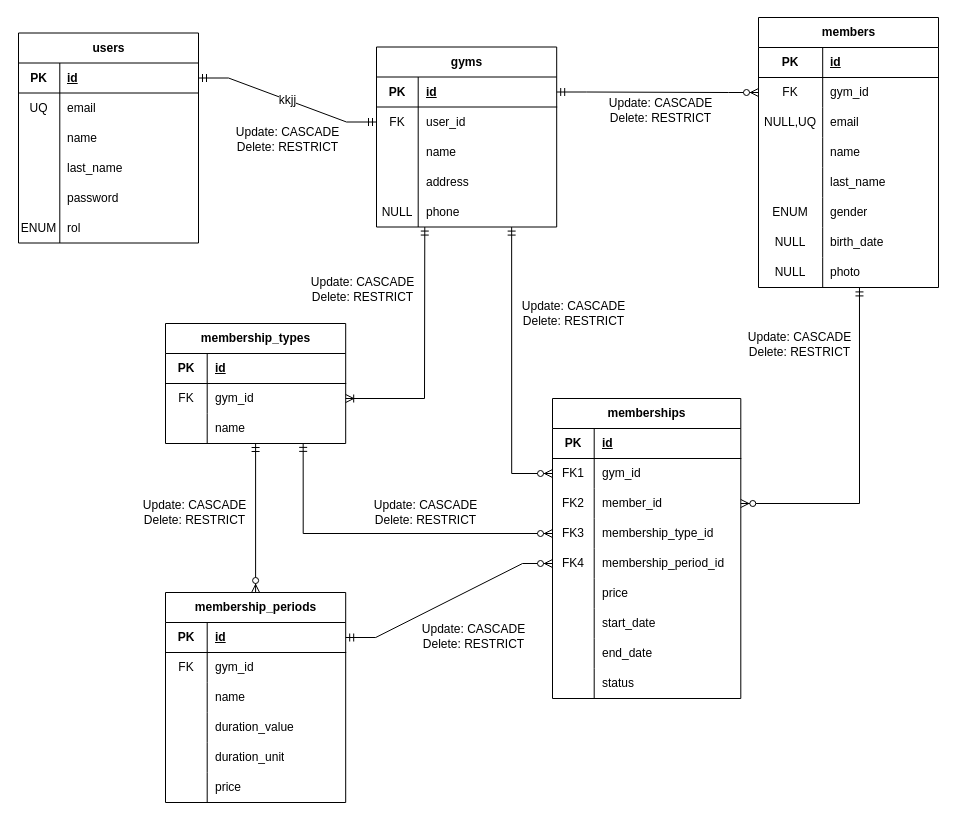
Before: docs/logical-design.drawio in hdz-kevin/Trainly, a draw.io diagram. Source tidied: cells renumbered, new cells numbered last; positions are measured from the earlier drawing's top-left corner, leaving out a move shared by most shapes. Both pictures are drawn from the tidied source at 100%, with x=0, y=0 at pixel (18, 17).
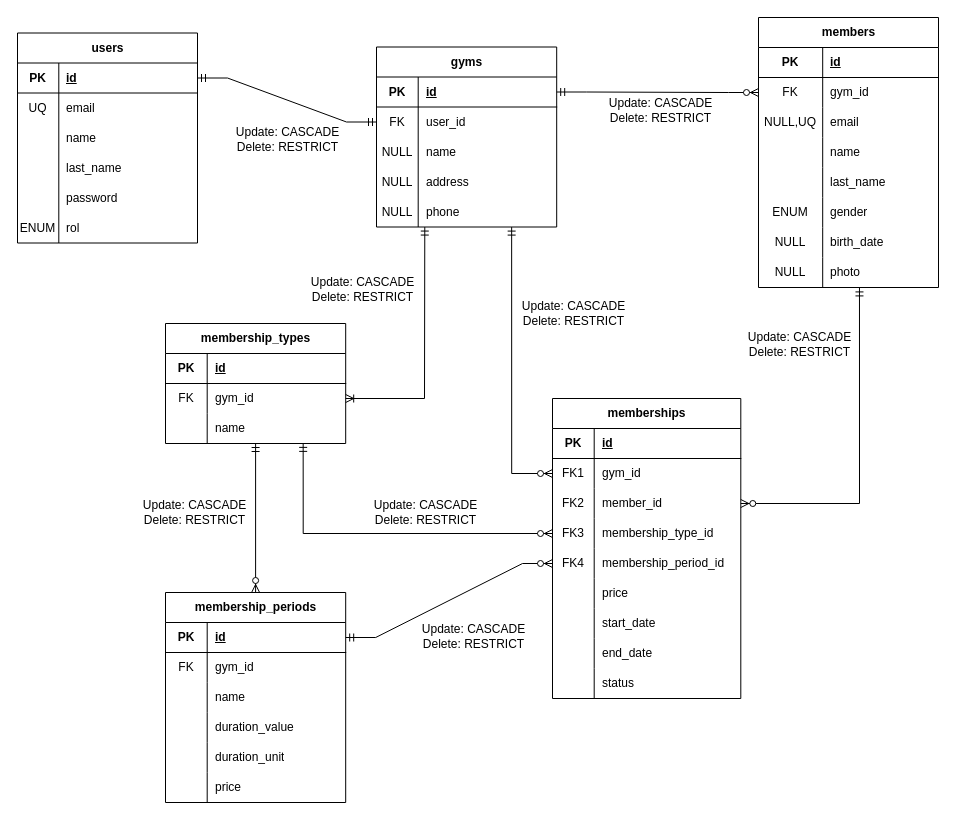
After the change.

The change refers to these unchanged cells:
```xml
<mxCell id="3" style="shape=tableRow;horizontal=0;startSize=0;swimlaneHead=0;swimlaneBody=0;fillColor=none;points=[[0,0.5],[1,0.5]];portConstraint=eastwest;top=0;left=0;right=0;bottom=1;" parent="2" vertex="1">
  <mxGeometry y="30" width="180" height="30" as="geometry" />
</mxCell>
<mxCell id="25" style="shape=tableRow;horizontal=0;startSize=0;swimlaneHead=0;swimlaneBody=0;fillColor=none;points=[[0,0.5],[1,0.5]];portConstraint=eastwest;top=0;left=0;right=0;bottom=0;" parent="21" vertex="1">
  <mxGeometry y="60" width="180.2" height="30" as="geometry" />
</mxCell>
<mxCell id="28" style="shape=tableRow;horizontal=0;startSize=0;swimlaneHead=0;swimlaneBody=0;fillColor=none;top=0;left=0;right=0;bottom=0;" parent="21" vertex="1">
  <mxGeometry y="90" width="180.2" height="30" as="geometry" />
</mxCell>
<mxCell id="31" style="shape=tableRow;horizontal=0;startSize=0;swimlaneHead=0;swimlaneBody=0;fillColor=none;top=0;left=0;right=0;bottom=0;" parent="21" vertex="1">
  <mxGeometry y="120" width="180.2" height="30" as="geometry" />
</mxCell>
```

Change to the diagram source:
```diff
@@
     <mxCell id="2" value="users" style="shape=table;startSize=30;childLayout=tableLayout;rowLines=0;fontStyle=1;align=center;html=1;" parent="1" vertex="1">
-      <mxGeometry y="15.5" width="180" height="210" as="geometry" />
+      <mxGeometry x="-1" y="15.5" width="180" height="210" as="geometry" />
     </mxCell>
@@
-    <mxCell id="29" style="shape=partialRectangle;fillColor=none;top=0;left=0;bottom=0;right=0;overflow=hidden;whiteSpace=wrap;html=1;" parent="28" vertex="1">
+    <mxCell id="29" value="NULL" style="shape=partialRectangle;fillColor=none;top=0;left=0;bottom=0;right=0;overflow=hidden;whiteSpace=wrap;html=1;" parent="28" vertex="1">
       <mxGeometry width="41.7" height="30" as="geometry" />
     </mxCell>
@@
-    <mxCell id="32" style="shape=partialRectangle;fillColor=none;top=0;left=0;bottom=0;right=0;overflow=hidden;whiteSpace=wrap;html=1;" parent="31" vertex="1">
+    <mxCell id="32" value="NULL" style="shape=partialRectangle;fillColor=none;top=0;left=0;bottom=0;right=0;overflow=hidden;whiteSpace=wrap;html=1;" parent="31" vertex="1">
       <mxGeometry width="41.7" height="30" as="geometry" />
     </mxCell>
@@
-    <mxCell id="37" value="kkjj" style="fontSize=12;html=1;endArrow=ERmandOne;startArrow=ERmandOne;rounded=0;entryX=0;entryY=0.5;entryDx=0;entryDy=0;exitX=1;exitY=0.5;exitDx=0;exitDy=0;edgeStyle=entityRelationEdgeStyle;elbow=vertical;" parent="1" edge="1" source="3" target="25">
+    <mxCell id="37" style="fontSize=12;html=1;endArrow=ERmandOne;startArrow=ERmandOne;rounded=0;entryX=0;entryY=0.5;entryDx=0;entryDy=0;exitX=1;exitY=0.5;exitDx=0;exitDy=0;edgeStyle=entityRelationEdgeStyle;elbow=vertical;" parent="1" edge="1" source="3" target="25">
       <mxGeometry relative="1" as="geometry" />
     </mxCell>
```
